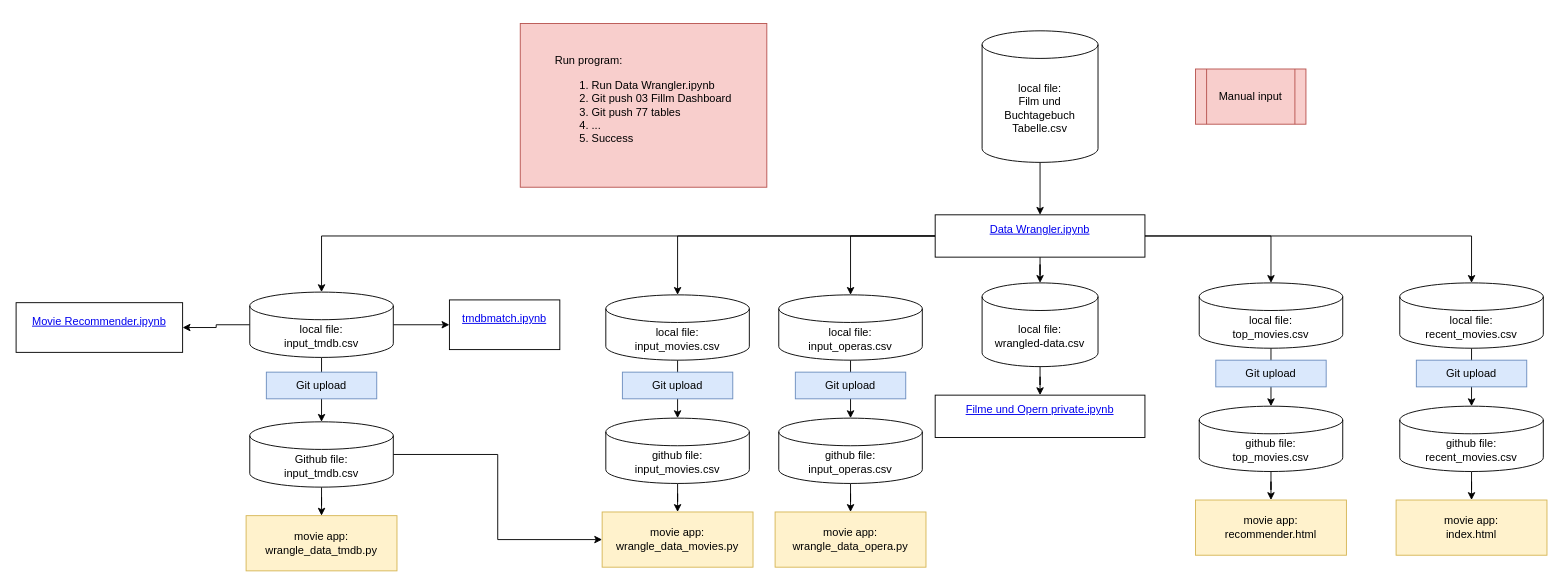
The draw.io diagram movie opera diary.drawio in muellermax/app.diagrams.net-data, before the edit. Source tidied: cells renumbered, new cells numbered last; positions are measured from the earlier drawing's top-left corner, leaving out a move shared by most shapes. Both pictures are drawn from the tidied source at 92%, with x=0, y=0 at pixel (16, 23).
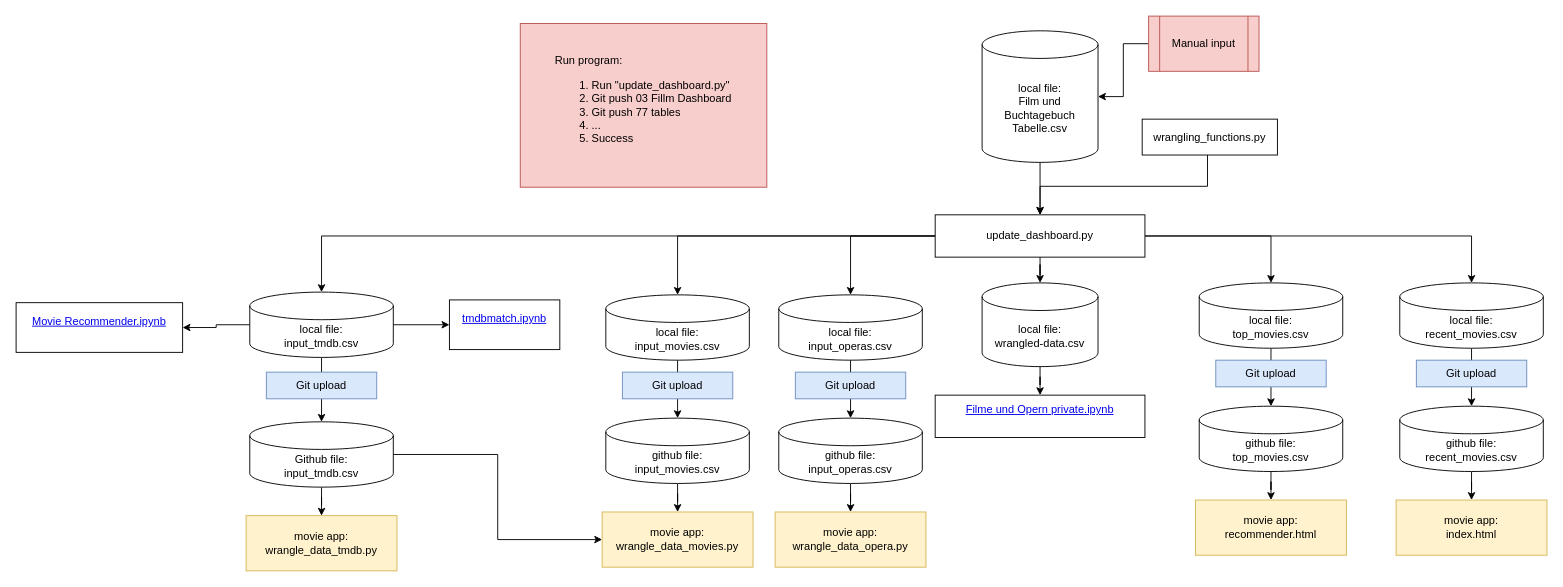
Above is the later version.

The change refers to these unchanged cells:
```xml
<mxCell id="3" value="&lt;div&gt;local file: &lt;br&gt;&lt;/div&gt;&lt;div&gt;Film und Buchtagebuch Tabelle.csv&lt;/div&gt;" style="shape=cylinder3;whiteSpace=wrap;html=1;boundedLbl=1;backgroundOutline=1;size=15;rotation=0;" parent="1" vertex="1">
  <mxGeometry x="1050" y="8" width="126" height="143" as="geometry" />
</mxCell>
```

Diff of the diagram source:
```diff
@@
+    <mxCell id="51" style="edgeStyle=orthogonalEdgeStyle;rounded=0;jettySize=auto;html=1;entryX=1;entryY=0.5;entryDx=0;entryDy=0;entryPerimeter=0;" parent="1" edge="1" source="4" target="3">
+      <mxGeometry relative="1" as="geometry" />
+    </mxCell>
     <mxCell id="4" value="Manual input" style="shape=process;whiteSpace=wrap;html=1;backgroundOutline=1;fillColor=#f8cecc;strokeColor=#b85450;" parent="1" vertex="1">
-      <mxGeometry x="1282" y="49.5" width="120" height="60" as="geometry" />
+      <mxGeometry x="1231" y="-8" width="120" height="60" as="geometry" />
     </mxCell>
@@
-    <mxCell id="41" value="&lt;div align=&quot;left&quot;&gt;Run program: &lt;br&gt;&lt;/div&gt;&lt;div align=&quot;left&quot;&gt;&lt;ol&gt;&lt;li&gt;Run Data Wrangler.ipynb&lt;/li&gt;&lt;li&gt;Git push 03 Fillm Dashboard&lt;/li&gt;&lt;li&gt;Git push 77 tables&lt;/li&gt;&lt;li&gt;...&lt;/li&gt;&lt;li&gt;Success&lt;br&gt;&lt;/li&gt;&lt;/ol&gt;&lt;/div&gt;" style="rounded=0;whiteSpace=wrap;html=1;fillColor=#f8cecc;strokeColor=#b85450;" parent="1" vertex="1">
+    <mxCell id="41" value="&lt;div align=&quot;left&quot;&gt;Run program: &lt;br&gt;&lt;/div&gt;&lt;div align=&quot;left&quot;&gt;&lt;ol&gt;&lt;li&gt;Run &quot;update_dashboard.py&quot;&lt;/li&gt;&lt;li&gt;Git push 03 Fillm Dashboard&lt;/li&gt;&lt;li&gt;Git push 77 tables&lt;/li&gt;&lt;li&gt;...&lt;/li&gt;&lt;li&gt;Success&lt;br&gt;&lt;/li&gt;&lt;/ol&gt;&lt;/div&gt;" style="rounded=0;whiteSpace=wrap;html=1;fillColor=#f8cecc;strokeColor=#b85450;" parent="1" vertex="1">
       <mxGeometry x="548" width="268" height="178" as="geometry" />
     </mxCell>
@@
-    <mxCell id="48" value="&#10;&lt;a class=&quot;item_link&quot; href=&quot;http://localhost:8888/notebooks/01%20Filmprojekt/Data%20Wrangler.ipynb&quot; target=&quot;_blank&quot;&gt;&lt;span class=&quot;item_name&quot;&gt;Data Wrangler.ipynb&lt;/span&gt;&lt;/a&gt;&#10;&#10;" style="rounded=0;whiteSpace=wrap;html=1;" parent="1" vertex="1">
+    <mxCell id="48" value="update_dashboard.py" style="rounded=0;whiteSpace=wrap;html=1;" parent="1" vertex="1">
       <mxGeometry x="999" y="208" width="228" height="46" as="geometry" />
     </mxCell>
@@
+    <mxCell id="52" style="edgeStyle=orthogonalEdgeStyle;rounded=0;jettySize=auto;html=1;entryX=0.5;entryY=0;entryDx=0;entryDy=0;" parent="1" edge="1" source="53" target="48">
+      <mxGeometry relative="1" as="geometry">
+        <Array as="points">
+          <mxPoint x="1295" y="177" />
+          <mxPoint x="1113" y="177" />
+        </Array>
+      </mxGeometry>
+    </mxCell>
+    <mxCell id="53" value="wrangling_functions.py" style="rounded=0;whiteSpace=wrap;html=1;" parent="1" vertex="1">
+      <mxGeometry x="1224" y="104" width="147" height="39" as="geometry" />
+    </mxCell>
```
